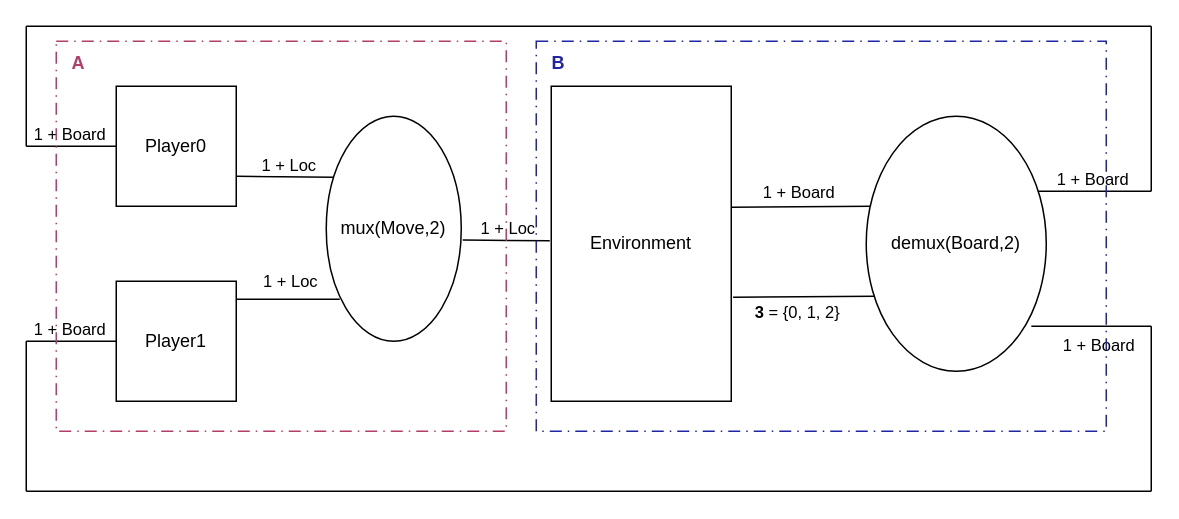
This is assets/images/gameloop/tictactoe-full-ab.drawio from kevinclancy/blog, a draw.io file, before an edit. Source tidied: cells renumbered, new cells numbered last; positions are measured from the earlier drawing's top-left corner, leaving out a move shared by most shapes. Both pictures are drawn from the tidied source at 150%, with x=0, y=0 at pixel (26, 26).
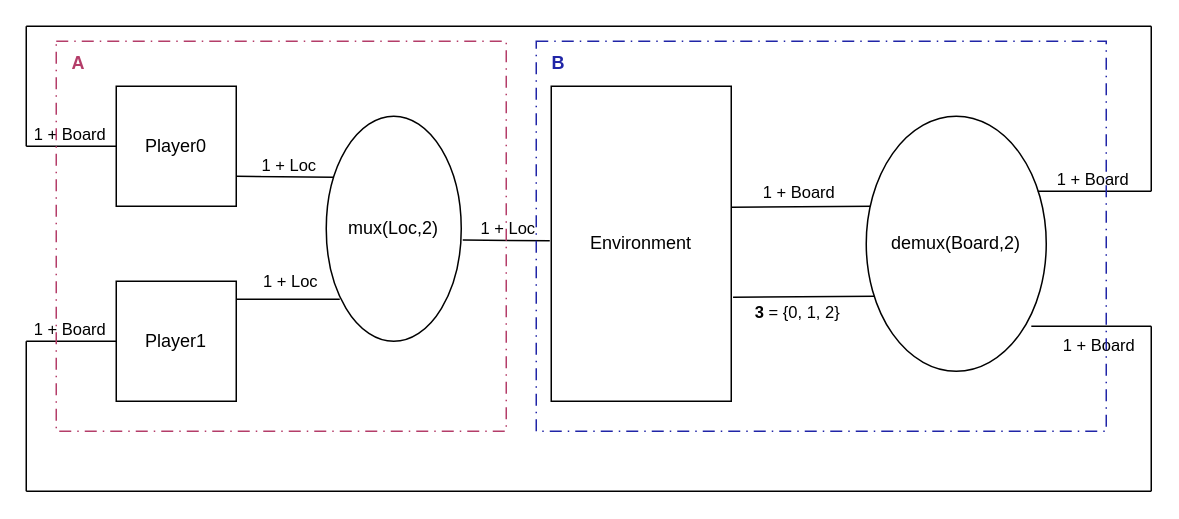
The same page after the edit.

Diff of the diagram source:
```diff
@@
-    <mxCell id="4" value="mux(Move,2)" style="ellipse;whiteSpace=wrap;html=1;" parent="1" vertex="1">
+    <mxCell id="4" value="mux(Loc,2)" style="ellipse;whiteSpace=wrap;html=1;" parent="1" vertex="1">
       <mxGeometry x="200" y="60" width="90" height="150" as="geometry" />
     </mxCell>
@@
-    <mxCell id="31" style="rounded=0;whiteSpace=wrap;html=1;fillColor=none;dashed=1;dashPattern=8 4 1 4;align=left;strokeColor=#B43D69;" parent="1" vertex="1">
+    <mxCell id="31" value="&lt;span style=&quot;white-space: pre;&quot;&gt;&#9;&lt;/span&gt;&lt;span style=&quot;white-space: pre;&quot;&gt;&#9;&lt;/span&gt;&lt;span style=&quot;white-space: pre;&quot;&gt;&#9;&lt;/span&gt;" style="rounded=0;whiteSpace=wrap;html=1;fillColor=none;dashed=1;dashPattern=8 4 1 4;align=left;strokeColor=#B43D69;" parent="1" vertex="1">
       <mxGeometry x="20" y="10" width="300" height="260" as="geometry" />
     </mxCell>
```
